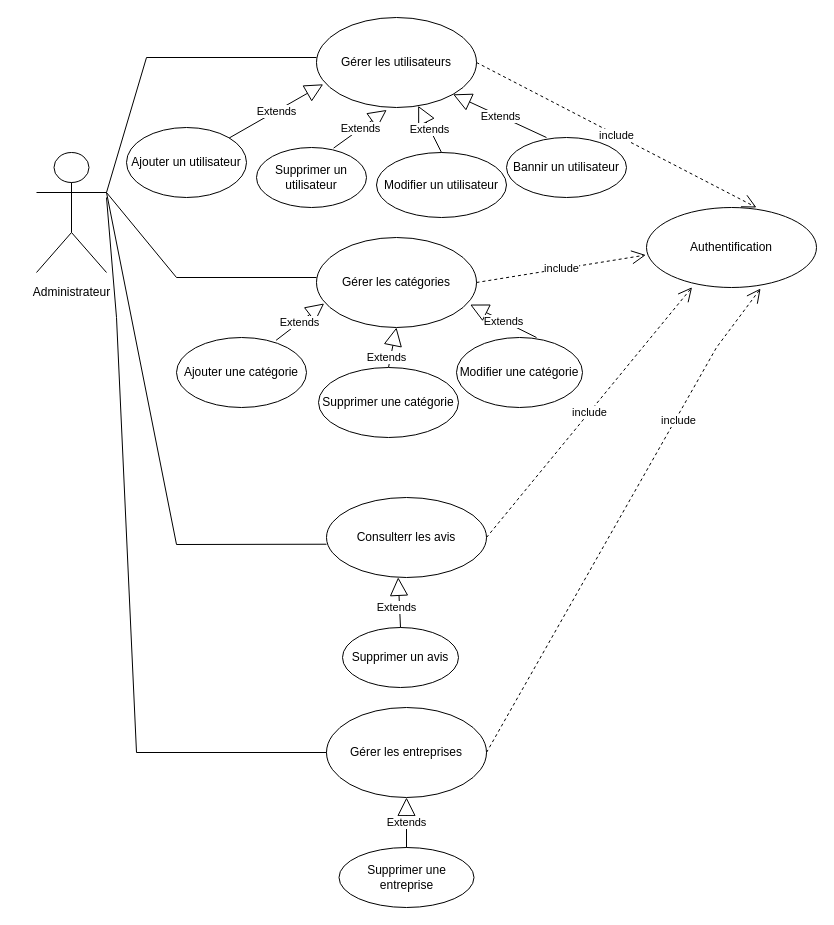
Earlier version of the draw.io diagram Admin.drawio.drawio (Rahma3-sys/Searchgi). Source tidied: cells renumbered, new cells numbered last; positions are measured from the earlier drawing's top-left corner, leaving out a move shared by most shapes. Both pictures are drawn from the tidied source at 100%, with x=0, y=0 at pixel (21, 17).
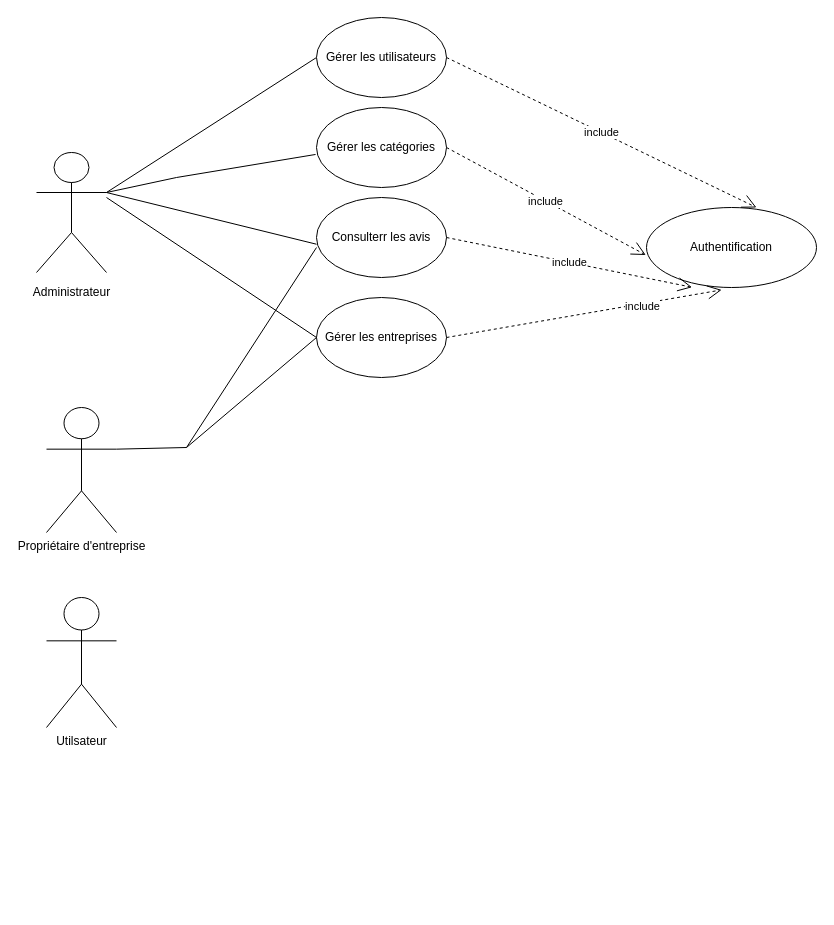
After the change.

Commit message:
Mettre à jour Admin.drawio.drawio

Unchanged cells that the change refers to:
```xml
<mxCell id="2" style="shape=umlActor;verticalLabelPosition=bottom;verticalAlign=top;html=1;outlineConnect=0;" parent="1" vertex="1">
  <mxGeometry x="15" y="135" width="70" height="120" as="geometry" />
</mxCell>
<mxCell id="3" value="Authentification" style="ellipse;whiteSpace=wrap;html=1;" parent="1" vertex="1">
  <mxGeometry x="625" y="190" width="170" height="80" as="geometry" />
</mxCell>
```

Diff of the diagram source:
```diff
@@
-    <mxCell id="4" value="Supprimer une entreprise" style="ellipse;whiteSpace=wrap;html=1;" parent="1" vertex="1">
-      <mxGeometry x="317.5" y="830" width="135" height="60" as="geometry" />
-    </mxCell>
     <mxCell id="5" value="Consulterr les avis" style="ellipse;whiteSpace=wrap;html=1;" parent="1" vertex="1">
-      <mxGeometry x="305" y="480" width="160" height="80" as="geometry" />
+      <mxGeometry x="295" y="180" width="130" height="80" as="geometry" />
     </mxCell>
     <mxCell id="6" value="Gérer les entreprises" style="ellipse;whiteSpace=wrap;html=1;" parent="1" vertex="1">
-      <mxGeometry x="305" y="690" width="160" height="90" as="geometry" />
+      <mxGeometry x="295" y="280" width="130" height="80" as="geometry" />
     </mxCell>
-    <mxCell id="7" value="include" style="endArrow=open;endSize=12;dashed=1;html=1;rounded=0;exitX=1;exitY=0.5;exitDx=0;exitDy=0;entryX=0.671;entryY=1.013;entryDx=0;entryDy=0;entryPerimeter=0;" parent="1" edge="1" source="6" target="3">
-      <mxGeometry x="0.42" y="-3" relative="1" as="geometry">
-        <Array as="points">
-          <mxPoint x="695" y="330" />
-        </Array>
-      </mxGeometry>
+    <mxCell id="7" value="include" style="endArrow=open;endSize=12;dashed=1;html=1;rounded=0;exitX=1;exitY=0.5;exitDx=0;exitDy=0;entryX=0.442;entryY=1.03;entryDx=0;entryDy=0;entryPerimeter=0;" parent="1" edge="1" source="6" target="3">
+      <mxGeometry x="0.42" y="-3" relative="1" as="geometry" />
     </mxCell>
@@
     <mxCell id="9" style="endArrow=none;html=1;rounded=0;exitX=1;exitY=0.3333333333333333;exitDx=0;exitDy=0;exitPerimeter=0;" parent="1" edge="1" source="2">
       <mxGeometry relative="1" as="geometry">
         <mxPoint x="295" y="40" as="targetPoint" />
-        <Array as="points">
-          <mxPoint x="125" y="40" />
-        </Array>
       </mxGeometry>
     </mxCell>
     <mxCell id="10" style="endArrow=none;html=1;rounded=0;exitX=0;exitY=0.584;exitDx=0;exitDy=0;exitPerimeter=0;entryX=1;entryY=0.3333333333333333;entryDx=0;entryDy=0;entryPerimeter=0;" parent="1" edge="1" source="5" target="2">
-      <mxGeometry relative="1" as="geometry">
-        <Array as="points">
-          <mxPoint x="155" y="527" />
-        </Array>
-      </mxGeometry>
+      <mxGeometry relative="1" as="geometry" />
     </mxCell>
     <mxCell id="11" style="endArrow=none;html=1;rounded=0;entryX=0;entryY=0.5;entryDx=0;entryDy=0;" parent="1" edge="1" target="6">
       <mxGeometry relative="1" as="geometry">
         <mxPoint x="85" y="180" as="sourcePoint" />
-        <Array as="points">
-          <mxPoint x="95" y="300" />
-          <mxPoint x="115" y="735" />
-        </Array>
       </mxGeometry>
     </mxCell>
-    <mxCell id="12" value="Extends" style="endArrow=block;endSize=16;endFill=0;html=1;rounded=0;exitX=0.5;exitY=0;exitDx=0;exitDy=0;entryX=0.5;entryY=1;entryDx=0;entryDy=0;" parent="1" edge="1" source="4" target="6">
-      <mxGeometry relative="1" as="geometry" />
-    </mxCell>
     <mxCell id="13" value="Gérer les utilisateurs" style="ellipse;whiteSpace=wrap;html=1;" parent="1" vertex="1">
-      <mxGeometry x="295" width="160" height="90" as="geometry" />
+      <mxGeometry x="295" width="130" height="80" as="geometry" />
     </mxCell>
@@
     <mxCell id="15" value="Gérer les catégories" style="ellipse;whiteSpace=wrap;html=1;" parent="1" vertex="1">
-      <mxGeometry x="295" y="220" width="160" height="90" as="geometry" />
+      <mxGeometry x="295" y="90" width="130" height="80" as="geometry" />
     </mxCell>
-    <mxCell id="16" value="Ajouter une catégorie" style="ellipse;whiteSpace=wrap;html=1;" parent="1" vertex="1">
-      <mxGeometry x="155" y="320" width="130" height="70" as="geometry" />
-    </mxCell>
-    <mxCell id="17" value="Supprimer un avis" style="ellipse;whiteSpace=wrap;html=1;" parent="1" vertex="1">
-      <mxGeometry x="321" y="610" width="116" height="60" as="geometry" />
-    </mxCell>
-    <mxCell id="18" value="Supprimer un utilisateur" style="ellipse;whiteSpace=wrap;html=1;" parent="1" vertex="1">
-      <mxGeometry x="235" y="130" width="110" height="60" as="geometry" />
-    </mxCell>
-    <mxCell id="19" value="Ajouter un utilisateur" style="ellipse;whiteSpace=wrap;html=1;" parent="1" vertex="1">
-      <mxGeometry x="105" y="110" width="120" height="70" as="geometry" />
-    </mxCell>
-    <mxCell id="20" value="Modifier un utilisateur" style="ellipse;whiteSpace=wrap;html=1;" parent="1" vertex="1">
-      <mxGeometry x="355" y="135" width="130" height="65" as="geometry" />
-    </mxCell>
-    <mxCell id="21" value="Extends" style="endArrow=block;endSize=16;endFill=0;html=1;rounded=0;entryX=0.048;entryY=0.733;entryDx=0;entryDy=0;entryPerimeter=0;exitX=0.766;exitY=0.04;exitDx=0;exitDy=0;exitPerimeter=0;" parent="1" edge="1" source="16" target="15">
-      <mxGeometry relative="1" as="geometry" />
-    </mxCell>
-    <mxCell id="22" value="Extends" style="endArrow=block;endSize=16;endFill=0;html=1;rounded=0;entryX=0.042;entryY=0.742;entryDx=0;entryDy=0;entryPerimeter=0;" parent="1" edge="1" source="19" target="13">
-      <mxGeometry relative="1" as="geometry" />
-    </mxCell>
-    <mxCell id="23" value="Extends" style="endArrow=block;endSize=16;endFill=0;html=1;rounded=0;exitX=0.701;exitY=0.01;exitDx=0;exitDy=0;exitPerimeter=0;entryX=0.439;entryY=1.027;entryDx=0;entryDy=0;entryPerimeter=0;" parent="1" edge="1" source="18" target="13">
-      <mxGeometry relative="1" as="geometry" />
-    </mxCell>
-    <mxCell id="24" value="Extends" style="endArrow=block;endSize=16;endFill=0;html=1;rounded=0;exitX=0.5;exitY=0;exitDx=0;exitDy=0;" parent="1" edge="1" source="20" target="13">
-      <mxGeometry relative="1" as="geometry" />
-    </mxCell>
-    <mxCell id="25" value="Extends" style="endArrow=block;endSize=16;endFill=0;html=1;rounded=0;exitX=0.5;exitY=0;exitDx=0;exitDy=0;entryX=0.448;entryY=0.998;entryDx=0;entryDy=0;entryPerimeter=0;" parent="1" edge="1" source="17" target="5">
-      <mxGeometry x="-0.2" y="3" relative="1" as="geometry" />
-    </mxCell>
-    <mxCell id="26" value="Extends" style="endArrow=block;endSize=16;endFill=0;html=1;rounded=0;exitX=0.635;exitY=0;exitDx=0;exitDy=0;exitPerimeter=0;entryX=0.96;entryY=0.745;entryDx=0;entryDy=0;entryPerimeter=0;" parent="1" edge="1" source="29" target="15">
-      <mxGeometry relative="1" as="geometry" />
-    </mxCell>
-    <mxCell id="27" value="Extends" style="endArrow=block;endSize=16;endFill=0;html=1;rounded=0;exitX=0.5;exitY=0;exitDx=0;exitDy=0;entryX=0.5;entryY=1;entryDx=0;entryDy=0;" parent="1" edge="1" source="28" target="15">
-      <mxGeometry x="-0.54" y="4" relative="1" as="geometry" />
-    </mxCell>
-    <mxCell id="28" value="Supprimer une catégorie" style="ellipse;whiteSpace=wrap;html=1;" parent="1" vertex="1">
-      <mxGeometry x="297" y="350" width="140" height="70" as="geometry" />
-    </mxCell>
-    <mxCell id="29" value="Modifier une catégorie" style="ellipse;whiteSpace=wrap;html=1;" parent="1" vertex="1">
-      <mxGeometry x="435" y="320" width="126" height="70" as="geometry" />
-    </mxCell>
-    <mxCell id="30" style="endArrow=none;html=1;rounded=0;exitX=1;exitY=0.3333333333333333;exitDx=0;exitDy=0;exitPerimeter=0;" parent="1" edge="1" source="2">
+    <mxCell id="30" style="endArrow=none;html=1;rounded=0;exitX=1;exitY=0.3333333333333333;exitDx=0;exitDy=0;exitPerimeter=0;entryX=-0.007;entryY=0.587;entryDx=0;entryDy=0;entryPerimeter=0;" parent="1" edge="1" source="2" target="15">
       <mxGeometry relative="1" as="geometry">
-        <mxPoint x="295" y="260" as="targetPoint" />
         <Array as="points">
-          <mxPoint x="155" y="260" />
+          <mxPoint x="155" y="160" />
         </Array>
       </mxGeometry>
     </mxCell>
@@
-    <mxCell id="33" value="Bannir un utilisateur" style="ellipse;whiteSpace=wrap;html=1;" parent="1" vertex="1">
-      <mxGeometry x="485" y="120" width="120" height="60" as="geometry" />
-    </mxCell>
-    <mxCell id="34" value="Extends" style="endArrow=block;endSize=16;endFill=0;html=1;rounded=0;exitX=0.333;exitY=0;exitDx=0;exitDy=0;exitPerimeter=0;entryX=1;entryY=1;entryDx=0;entryDy=0;" parent="1" edge="1" source="33" target="13">
-      <mxGeometry relative="1" as="geometry" />
-    </mxCell>
+    <mxCell id="35" value="Propriétaire d'entreprise" style="shape=umlActor;verticalLabelPosition=bottom;verticalAlign=top;html=1;outlineConnect=0;" parent="1" vertex="1">
+      <mxGeometry x="25" y="390" width="70" height="125" as="geometry" />
+    </mxCell>
+    <mxCell id="36" value="Utilsateur" style="shape=umlActor;verticalLabelPosition=bottom;verticalAlign=top;html=1;" parent="1" vertex="1">
+      <mxGeometry x="25" y="580" width="70" height="130" as="geometry" />
+    </mxCell>
+    <mxCell id="37" style="endArrow=none;html=1;rounded=0;exitX=1;exitY=0.3333333333333333;exitDx=0;exitDy=0;exitPerimeter=0;" parent="1" edge="1" source="35">
+      <mxGeometry relative="1" as="geometry">
+        <mxPoint x="295" y="230" as="targetPoint" />
+        <Array as="points">
+          <mxPoint x="165" y="430" />
+        </Array>
+      </mxGeometry>
+    </mxCell>
+    <mxCell id="38" style="endArrow=none;html=1;rounded=0;entryX=0;entryY=0.5;entryDx=0;entryDy=0;" parent="1" edge="1" target="6">
+      <mxGeometry relative="1" as="geometry">
+        <mxPoint x="165" y="430" as="sourcePoint" />
+      </mxGeometry>
+    </mxCell>
```
